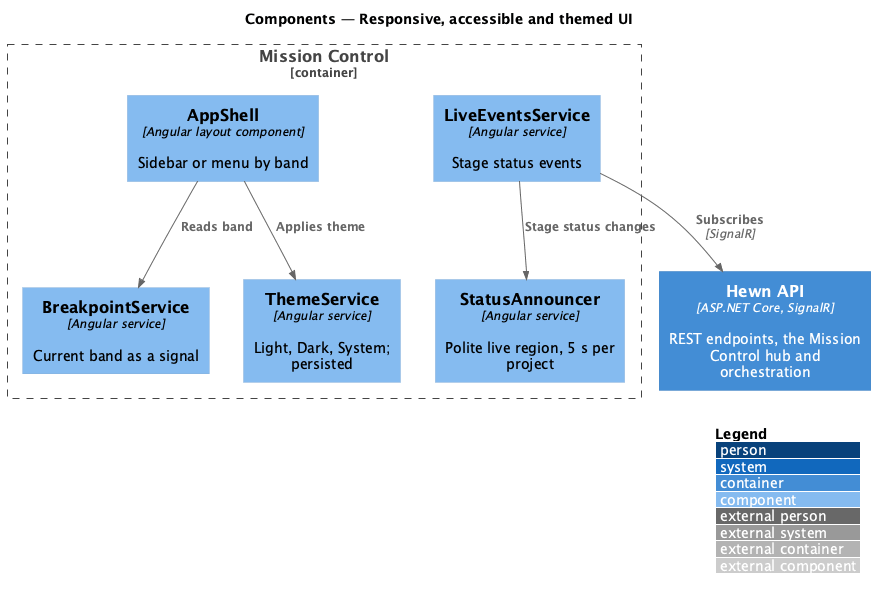
Above: docs/detailed-designs/mission-control/responsive-accessible-ui/diagrams/c4-component.png in QuinntyneBrown/hewn (PlantUML), before the change.
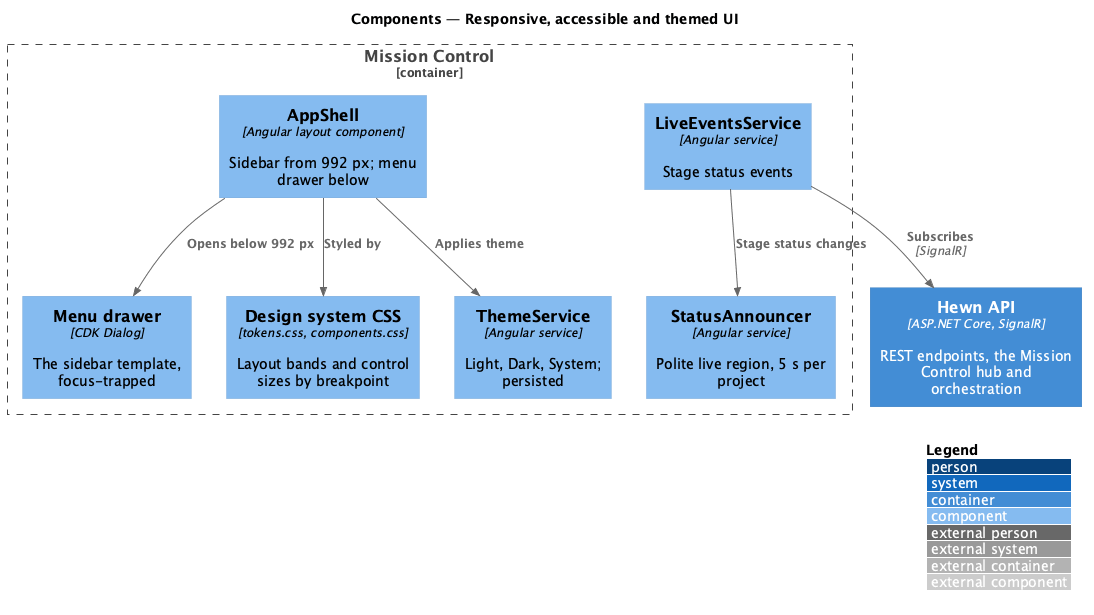
After the commit.

Change to the diagram source:
```diff
@@ -5,14 +5,16 @@
 
 Container(api, "Hewn API", "ASP.NET Core, SignalR", "REST endpoints, the Mission Control hub and orchestration")
 Container_Boundary(spa_b, "Mission Control") {
-  Component(shell, "AppShell", "Angular layout component", "Sidebar or menu by band")
-  Component(bp, "BreakpointService", "Angular service", "Current band as a signal")
+  Component(shell, "AppShell", "Angular layout component", "Sidebar from 992 px; menu drawer below")
+  Component(drawer, "Menu drawer", "CDK Dialog", "The sidebar template, focus-trapped")
+  Component(ds, "Design system CSS", "tokens.css, components.css", "Layout bands and control sizes by breakpoint")
   Component(ann, "StatusAnnouncer", "Angular service", "Polite live region, 5 s per project")
   Component(theme, "ThemeService", "Angular service", "Light, Dark, System; persisted")
   Component(live, "LiveEventsService", "Angular service", "Stage status events")
 }
 
-Rel(shell, bp, "Reads band")
+Rel(shell, drawer, "Opens below 992 px")
+Rel(shell, ds, "Styled by")
 Rel(live, ann, "Stage status changes")
 Rel(shell, theme, "Applies theme")
 Rel(live, api, "Subscribes", "SignalR")
```
